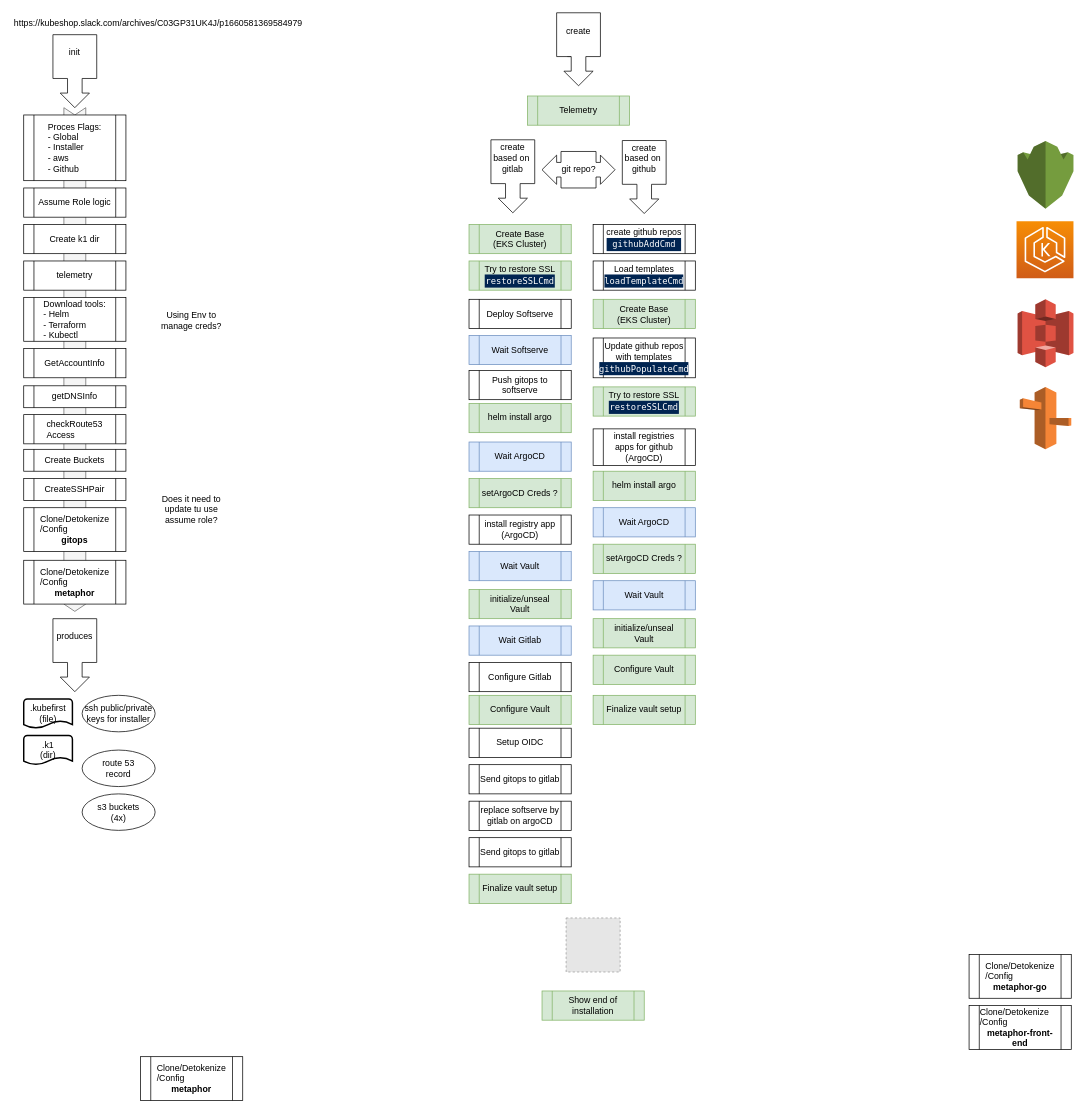
Earlier version of the draw.io diagram Installer.drawio (org-demo-6za/diagrams-kubefirst). Source tidied: cells renumbered, new cells numbered last; positions are measured from the earlier drawing's top-left corner, leaving out a move shared by most shapes. Both pictures are drawn from the tidied source at 73%, with x=0, y=0 at pixel (-177, 12). Pictures stored in the file or linked from it are replaced by grey dashed boxes.
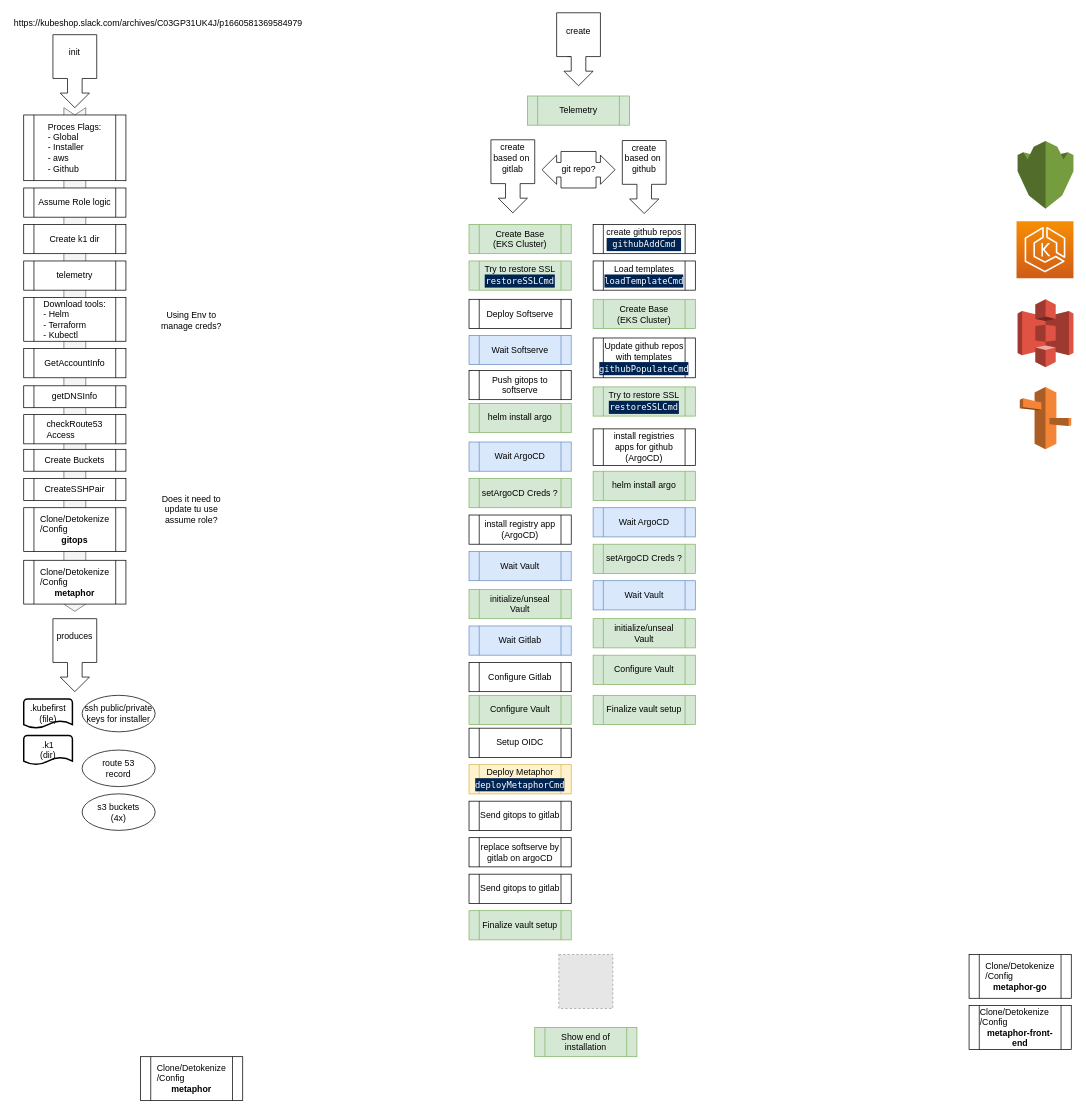
Above is the later version.

The edit, as a diff of the source:
```diff
@@
     <mxCell id="53" value="&lt;div style=&quot;&quot;&gt;Send gitops to gitlab&lt;/div&gt;" style="shape=process;whiteSpace=wrap;html=1;backgroundOutline=1;align=center;" parent="1" vertex="1">
-      <mxGeometry x="885" y="1030" width="140" height="40" as="geometry" />
+      <mxGeometry x="885" y="1080" width="140" height="40" as="geometry" />
     </mxCell>
     <mxCell id="54" value="&lt;div style=&quot;&quot;&gt;replace softserve by gitlab on argoCD&lt;/div&gt;" style="shape=process;whiteSpace=wrap;html=1;backgroundOutline=1;align=center;" parent="1" vertex="1">
-      <mxGeometry x="885" y="1080" width="140" height="40" as="geometry" />
+      <mxGeometry x="885" y="1130" width="140" height="40" as="geometry" />
     </mxCell>
     <mxCell id="55" value="&lt;div style=&quot;&quot;&gt;Send gitops to gitlab&lt;/div&gt;" style="shape=process;whiteSpace=wrap;html=1;backgroundOutline=1;align=center;" parent="1" vertex="1">
-      <mxGeometry x="885" y="1130" width="140" height="40" as="geometry" />
+      <mxGeometry x="885" y="1180" width="140" height="40" as="geometry" />
     </mxCell>
     <mxCell id="56" value="&lt;div style=&quot;&quot;&gt;Finalize vault setup&lt;/div&gt;" style="shape=process;whiteSpace=wrap;html=1;backgroundOutline=1;align=center;fillColor=#d5e8d4;strokeColor=#82b366;" parent="1" vertex="1">
-      <mxGeometry x="885" y="1180" width="140" height="40" as="geometry" />
+      <mxGeometry x="885" y="1230" width="140" height="40" as="geometry" />
     </mxCell>
     <mxCell id="57" value="&lt;div style=&quot;&quot;&gt;Show end of installation&lt;/div&gt;" style="shape=process;whiteSpace=wrap;html=1;backgroundOutline=1;align=center;fillColor=#d5e8d4;strokeColor=#82b366;" parent="1" vertex="1">
-      <mxGeometry x="985" y="1340" width="140" height="40" as="geometry" />
+      <mxGeometry x="975" y="1390" width="140" height="40" as="geometry" />
     </mxCell>
@@
     <mxCell id="74" style="fillColor=#E6E6E6;strokeColor=#999999;dashed=1;html=1;verticalAlign=top;verticalLabelPosition=bottom;labelBackgroundColor=#ffffff;" parent="1" vertex="1">
-      <mxGeometry x="1018" y="1240" width="74" height="74" as="geometry" />
+      <mxGeometry x="1008" y="1290" width="74" height="74" as="geometry" />
     </mxCell>
@@
+    <mxCell id="79" value="&lt;div style=&quot;&quot;&gt;Deploy Metaphor&lt;/div&gt;&lt;div style=&quot;&quot;&gt;&lt;div&gt;&lt;div style=&quot;color: rgb(255, 255, 255); background-color: rgb(0, 36, 81); font-family: Menlo, Monaco, &amp;quot;Courier New&amp;quot;, monospace; line-height: 18px;&quot;&gt;deployMetaphorCmd&lt;/div&gt;&lt;/div&gt;&lt;/div&gt;" style="shape=process;whiteSpace=wrap;html=1;backgroundOutline=1;align=center;fillColor=#fff2cc;strokeColor=#d6b656;" parent="1" vertex="1">
+      <mxGeometry x="885" y="1030" width="140" height="40" as="geometry" />
+    </mxCell>
```
